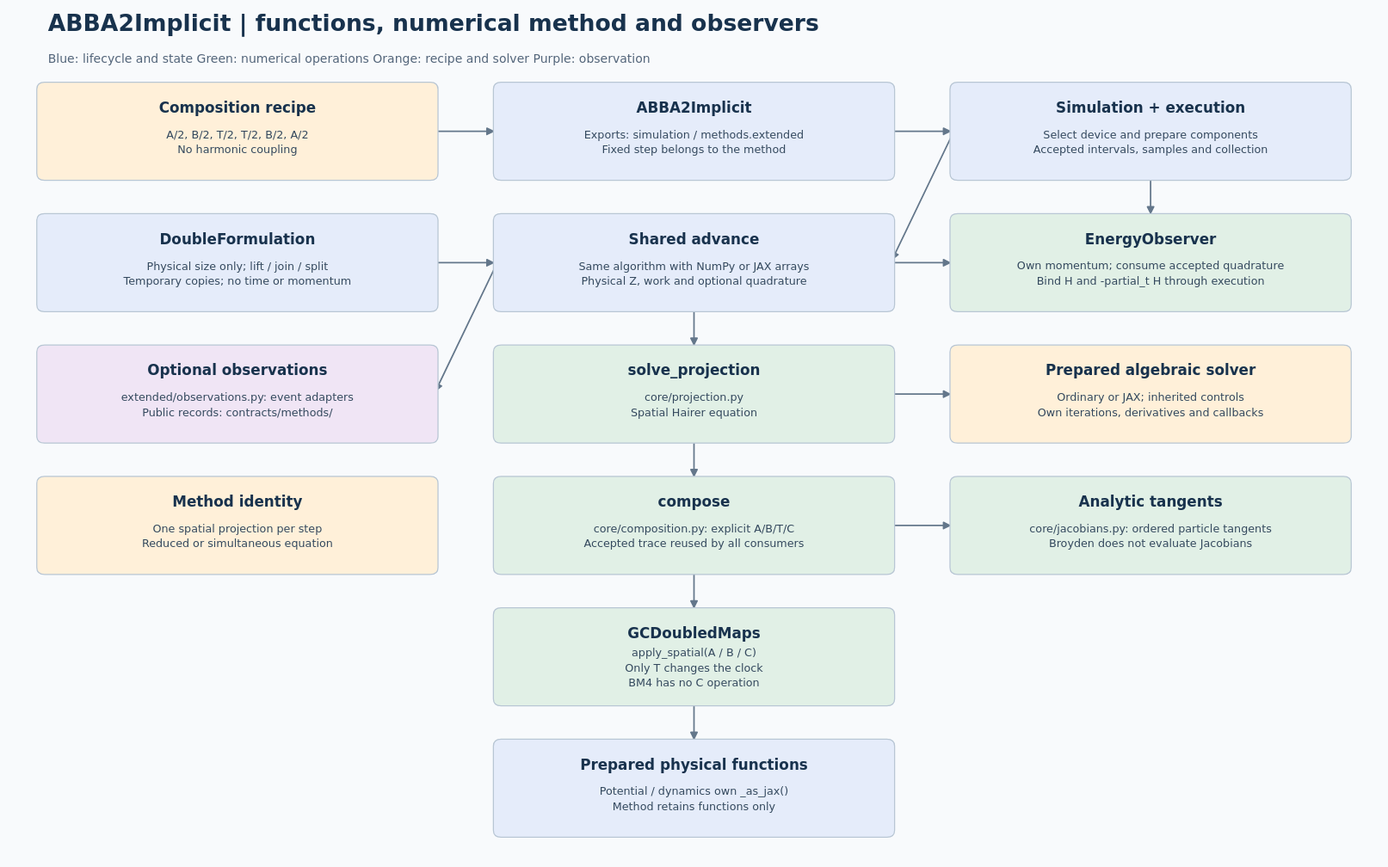
This is docs/models/abba2-implicit/simulation/abba2-implicit-simulation-architecture.svg from Jugibe-52/GC2D_intranet, a PlantUML export, as it was before one commit. Its source is kept beside it as docs/models/abba2-implicit/simulation/abba2-implicit-simulation-architecture.puml.
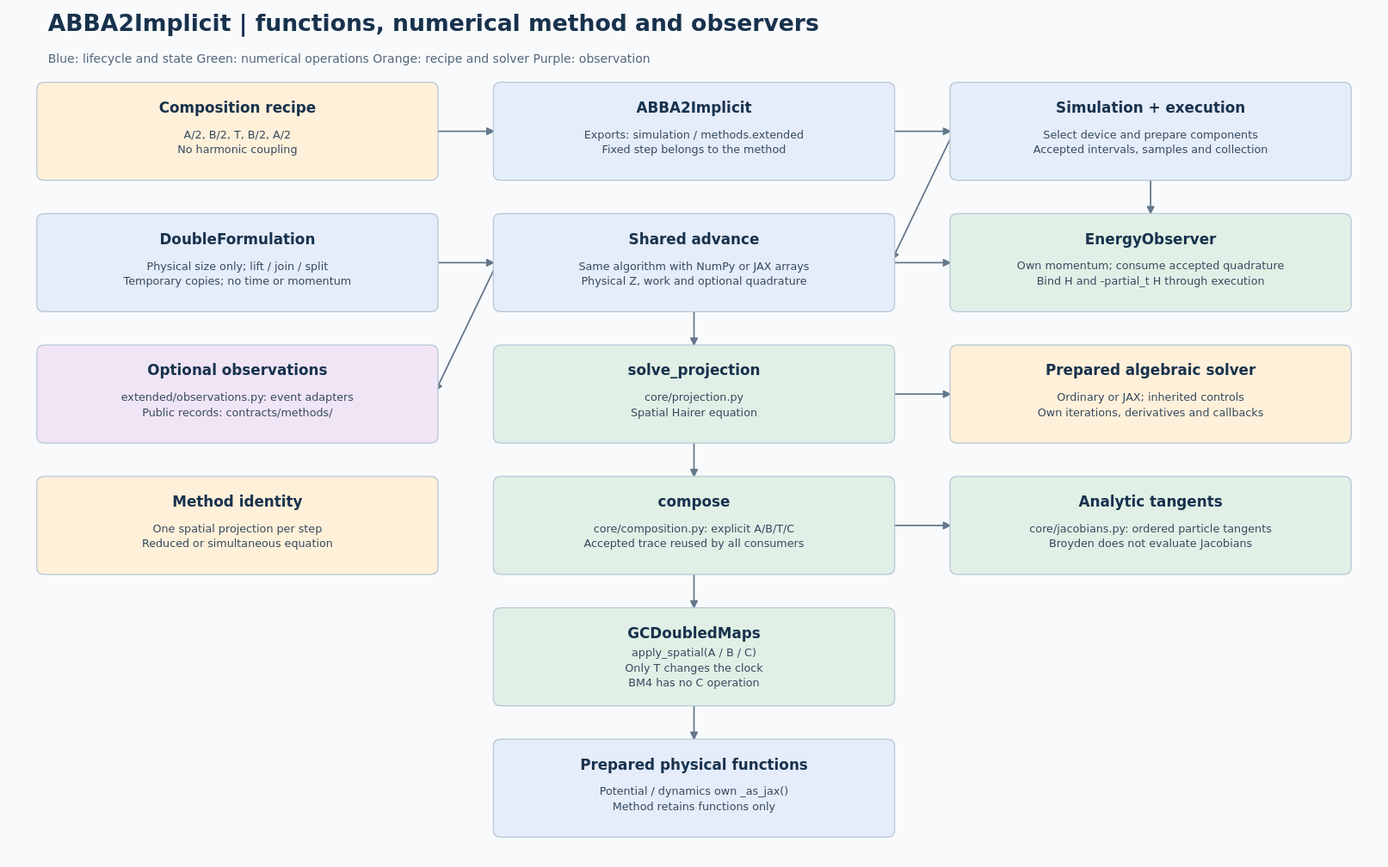
After the change.

What changed in the source:
```diff
@@ -2,7 +2,7 @@
 digraph architecture {
   graph [rankdir=TB, bgcolor="#f8fafc"];
   node [shape=box, style="rounded,filled", fontname="DejaVu Sans"];
-  recipe [label="Composition recipe\nA/2, B/2, T/2, T/2, B/2, A/2\nNo harmonic coupling", fillcolor="#fff0d9"];
+  recipe [label="Composition recipe\nA/2, B/2, T, B/2, A/2\nNo harmonic coupling", fillcolor="#fff0d9"];
   method [label="ABBA2Implicit\nExports: simulation / methods.extended\nFixed step belongs to the method", fillcolor="#e5ecfa"];
   driver [label="Simulation + execution\nSelect device and prepare components\nAccepted intervals, samples and collection", fillcolor="#e5ecfa"];
   state [label="DoubleFormulation\nPhysical size only; lift / join / split\nTemporary copies; no time or momentum", fillcolor="#e5ecfa"];
```
